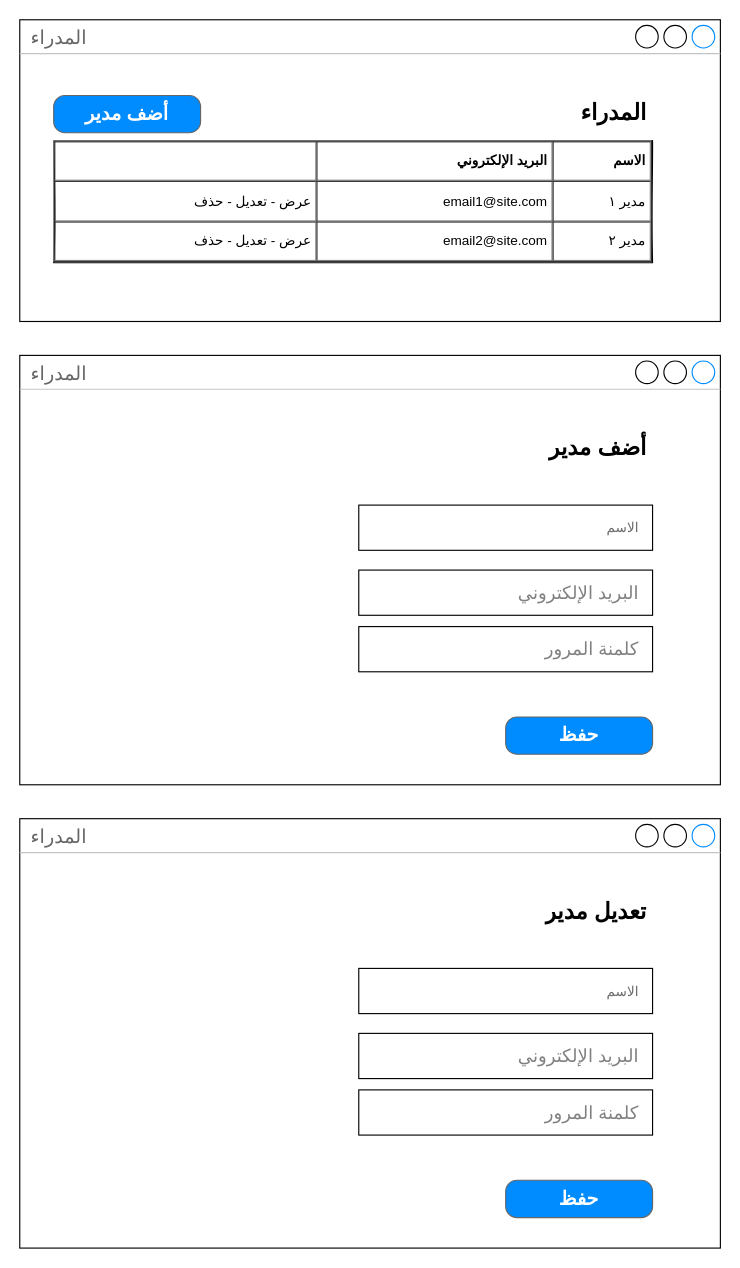
MaherSaif/elearning-app-diagrams keeps this draw.io diagram as diagrams/المدراء.drawio. Above is the earlier version. Source tidied: cells renumbered, new cells numbered last; positions are measured from the earlier drawing's top-left corner, leaving out a move shared by most shapes. Both pictures are drawn from the tidied source at 113%, with x=0, y=0 at pixel (19, 19).
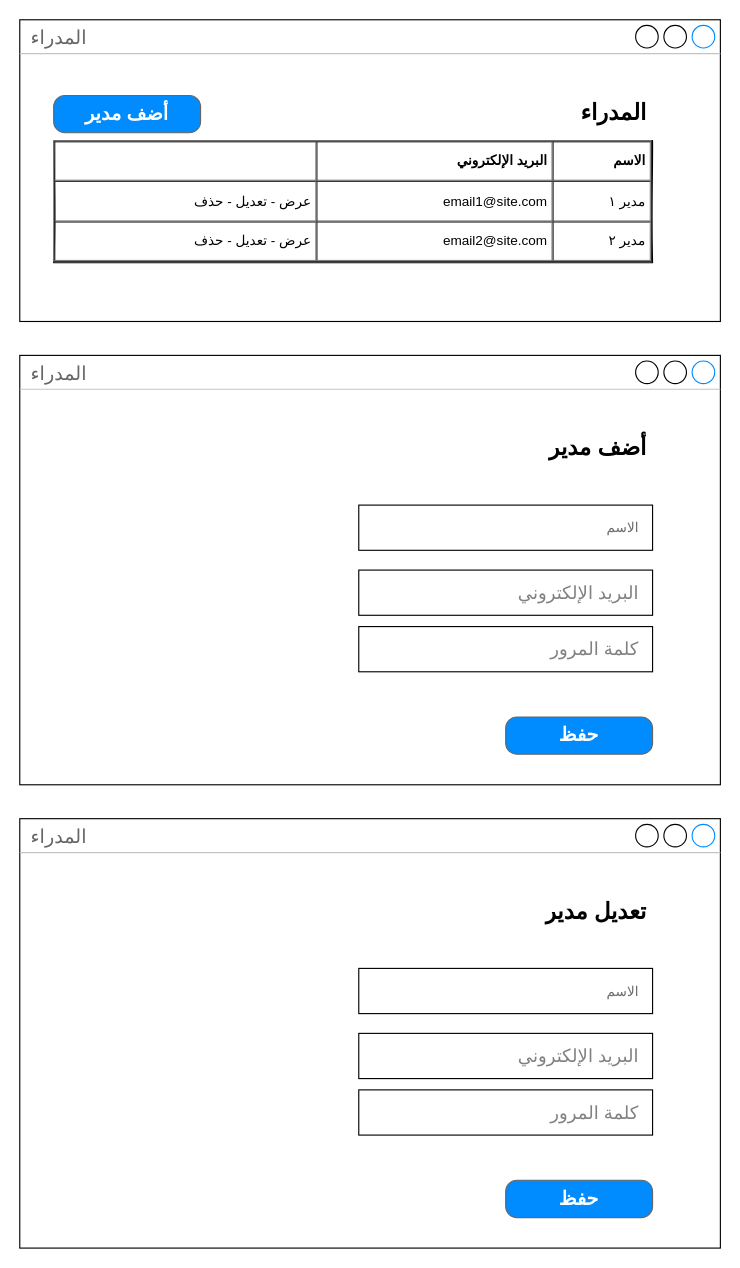
The same page after the edit.

The edit, as a diff of the source:
```diff
@@
 <mxGraphModel>
   <root>
     <mxCell id="0" />
     <mxCell id="1" parent="0" />
     <mxCell id="2" value="المدراء" style="strokeWidth=1;shadow=0;dashed=0;align=center;html=1;shape=mxgraph.mockup.containers.window;align=left;verticalAlign=top;spacingLeft=8;strokeColor2=#008cff;strokeColor3=#c4c4c4;fontColor=#666666;mainText=;fontSize=17;labelBackgroundColor=none;sketch=0;" parent="1" vertex="1">
       <mxGeometry width="620" height="267" as="geometry" />
     </mxCell>
     <mxCell id="3" value="&lt;table cellpadding=&quot;4&quot; cellspacing=&quot;0&quot; border=&quot;1&quot; style=&quot;font-size: 1em ; width: 100% ; height: 100%&quot;&gt;&lt;tbody&gt;&lt;tr&gt;&lt;td&gt;&lt;br&gt;&lt;/td&gt;&lt;th&gt;البريد الإلكتروني&lt;/th&gt;&lt;th&gt;الاسم&lt;/th&gt;&lt;/tr&gt;&lt;tr&gt;&lt;td&gt;عرض - تعديل - حذف&lt;/td&gt;&lt;td&gt;email1@site.com&lt;/td&gt;&lt;td&gt;مدير ١&lt;/td&gt;&lt;/tr&gt;&lt;tr&gt;&lt;td&gt;عرض - تعديل - حذف&lt;br&gt;&lt;/td&gt;&lt;td&gt;email2@site.com&lt;/td&gt;&lt;td&gt;مدير ٢&lt;/td&gt;&lt;/tr&gt;&lt;/tbody&gt;&lt;/table&gt; " style="verticalAlign=top;align=right;overflow=fill;fontSize=12;fontFamily=Helvetica;html=1;shadow=0;sketch=1;" parent="1" vertex="1">
       <mxGeometry x="30" y="107" width="530" height="108" as="geometry" />
     </mxCell>
     <mxCell id="4" value="&lt;h1 style=&quot;font-size: 20px&quot;&gt;المدراء&lt;/h1&gt;" style="text;html=1;strokeColor=none;fillColor=none;spacing=5;spacingTop=-20;whiteSpace=wrap;overflow=hidden;rounded=0;shadow=0;sketch=1;fontSize=20;align=right;" parent="1" vertex="1">
       <mxGeometry x="375" y="67" width="185" height="37" as="geometry" />
     </mxCell>
     <mxCell id="5" value="المدراء" style="strokeWidth=1;shadow=0;dashed=0;align=center;html=1;shape=mxgraph.mockup.containers.window;align=left;verticalAlign=top;spacingLeft=8;strokeColor2=#008cff;strokeColor3=#c4c4c4;fontColor=#666666;mainText=;fontSize=17;labelBackgroundColor=none;sketch=0;" parent="1" vertex="1">
       <mxGeometry y="297" width="620" height="380" as="geometry" />
     </mxCell>
     <mxCell id="6" value="&lt;h1 style=&quot;font-size: 20px&quot;&gt;أضف مدير&lt;/h1&gt;" style="text;html=1;strokeColor=none;fillColor=none;spacing=5;spacingTop=-20;whiteSpace=wrap;overflow=hidden;rounded=0;shadow=0;sketch=1;fontSize=20;align=right;" parent="1" vertex="1">
       <mxGeometry x="375" y="364" width="185" height="37" as="geometry" />
     </mxCell>
     <mxCell id="7" value="أضف مدير" style="strokeWidth=1;shadow=0;dashed=0;align=center;html=1;shape=mxgraph.mockup.buttons.button;strokeColor=#666666;fontColor=#ffffff;mainText=;buttonStyle=round;fontSize=17;fontStyle=1;fillColor=#008cff;whiteSpace=wrap;" parent="1" vertex="1">
       <mxGeometry x="30" y="67" width="130" height="33" as="geometry" />
     </mxCell>
     <mxCell id="8" value="حفظ" style="strokeWidth=1;shadow=0;dashed=0;align=center;html=1;shape=mxgraph.mockup.buttons.button;strokeColor=#666666;fontColor=#ffffff;mainText=;buttonStyle=round;fontSize=17;fontStyle=1;fillColor=#008cff;whiteSpace=wrap;" parent="1" vertex="1">
       <mxGeometry x="430" y="617" width="130" height="33" as="geometry" />
     </mxCell>
     <mxCell id="9" value="الاسم" style="rounded=0;whiteSpace=wrap;html=1;verticalAlign=middle;align=right;fontColor=#696969;spacingRight=10;" parent="1" vertex="1">
       <mxGeometry x="300" y="429.5" width="260" height="40" as="geometry" />
     </mxCell>
     <mxCell id="10" value="&lt;span style=&quot;color: rgb(128 , 128 , 128) ; font-size: 16px&quot;&gt;البريد الإلكتروني&lt;/span&gt;" style="rounded=0;whiteSpace=wrap;html=1;verticalAlign=middle;align=right;fontColor=#696969;spacingRight=10;" parent="1" vertex="1">
       <mxGeometry x="300" y="487" width="260" height="40" as="geometry" />
     </mxCell>
-    <mxCell id="11" value="&lt;span style=&quot;color: rgb(128 , 128 , 128) ; font-size: 16px&quot;&gt;كلمنة المرور&lt;/span&gt;" style="rounded=0;whiteSpace=wrap;html=1;verticalAlign=middle;align=right;fontColor=#696969;spacingRight=10;" parent="1" vertex="1">
+    <mxCell id="11" value="&lt;span style=&quot;color: rgb(128 , 128 , 128) ; font-size: 16px&quot;&gt;كلمة المرور&lt;/span&gt;" style="rounded=0;whiteSpace=wrap;html=1;verticalAlign=middle;align=right;fontColor=#696969;spacingRight=10;" parent="1" vertex="1">
       <mxGeometry x="300" y="537" width="260" height="40" as="geometry" />
     </mxCell>
     <mxCell id="12" value="المدراء" style="strokeWidth=1;shadow=0;dashed=0;align=center;html=1;shape=mxgraph.mockup.containers.window;align=left;verticalAlign=top;spacingLeft=8;strokeColor2=#008cff;strokeColor3=#c4c4c4;fontColor=#666666;mainText=;fontSize=17;labelBackgroundColor=none;sketch=0;" parent="1" vertex="1">
       <mxGeometry y="707" width="620" height="380" as="geometry" />
     </mxCell>
     <mxCell id="13" value="&lt;h1 style=&quot;font-size: 20px&quot;&gt;تعديل مدير&lt;/h1&gt;" style="text;html=1;strokeColor=none;fillColor=none;spacing=5;spacingTop=-20;whiteSpace=wrap;overflow=hidden;rounded=0;shadow=0;sketch=1;fontSize=20;align=right;" parent="1" vertex="1">
       <mxGeometry x="375" y="774" width="185" height="37" as="geometry" />
     </mxCell>
     <mxCell id="14" value="حفظ" style="strokeWidth=1;shadow=0;dashed=0;align=center;html=1;shape=mxgraph.mockup.buttons.button;strokeColor=#666666;fontColor=#ffffff;mainText=;buttonStyle=round;fontSize=17;fontStyle=1;fillColor=#008cff;whiteSpace=wrap;" parent="1" vertex="1">
       <mxGeometry x="430" y="1027" width="130" height="33" as="geometry" />
     </mxCell>
     <mxCell id="15" value="الاسم" style="rounded=0;whiteSpace=wrap;html=1;verticalAlign=middle;align=right;fontColor=#696969;spacingRight=10;" parent="1" vertex="1">
       <mxGeometry x="300" y="839.5" width="260" height="40" as="geometry" />
     </mxCell>
     <mxCell id="16" value="&lt;span style=&quot;color: rgb(128 , 128 , 128) ; font-size: 16px&quot;&gt;البريد الإلكتروني&lt;/span&gt;" style="rounded=0;whiteSpace=wrap;html=1;verticalAlign=middle;align=right;fontColor=#696969;spacingRight=10;" parent="1" vertex="1">
       <mxGeometry x="300" y="897" width="260" height="40" as="geometry" />
     </mxCell>
-    <mxCell id="17" value="&lt;span style=&quot;color: rgb(128 , 128 , 128) ; font-size: 16px&quot;&gt;كلمنة المرور&lt;/span&gt;" style="rounded=0;whiteSpace=wrap;html=1;verticalAlign=middle;align=right;fontColor=#696969;spacingRight=10;" parent="1" vertex="1">
+    <mxCell id="17" value="&lt;span style=&quot;color: rgb(128 , 128 , 128) ; font-size: 16px&quot;&gt;كلمة المرور&lt;/span&gt;" style="rounded=0;whiteSpace=wrap;html=1;verticalAlign=middle;align=right;fontColor=#696969;spacingRight=10;" parent="1" vertex="1">
       <mxGeometry x="300" y="947" width="260" height="40" as="geometry" />
     </mxCell>
   </root>
 </mxGraphModel>
```
